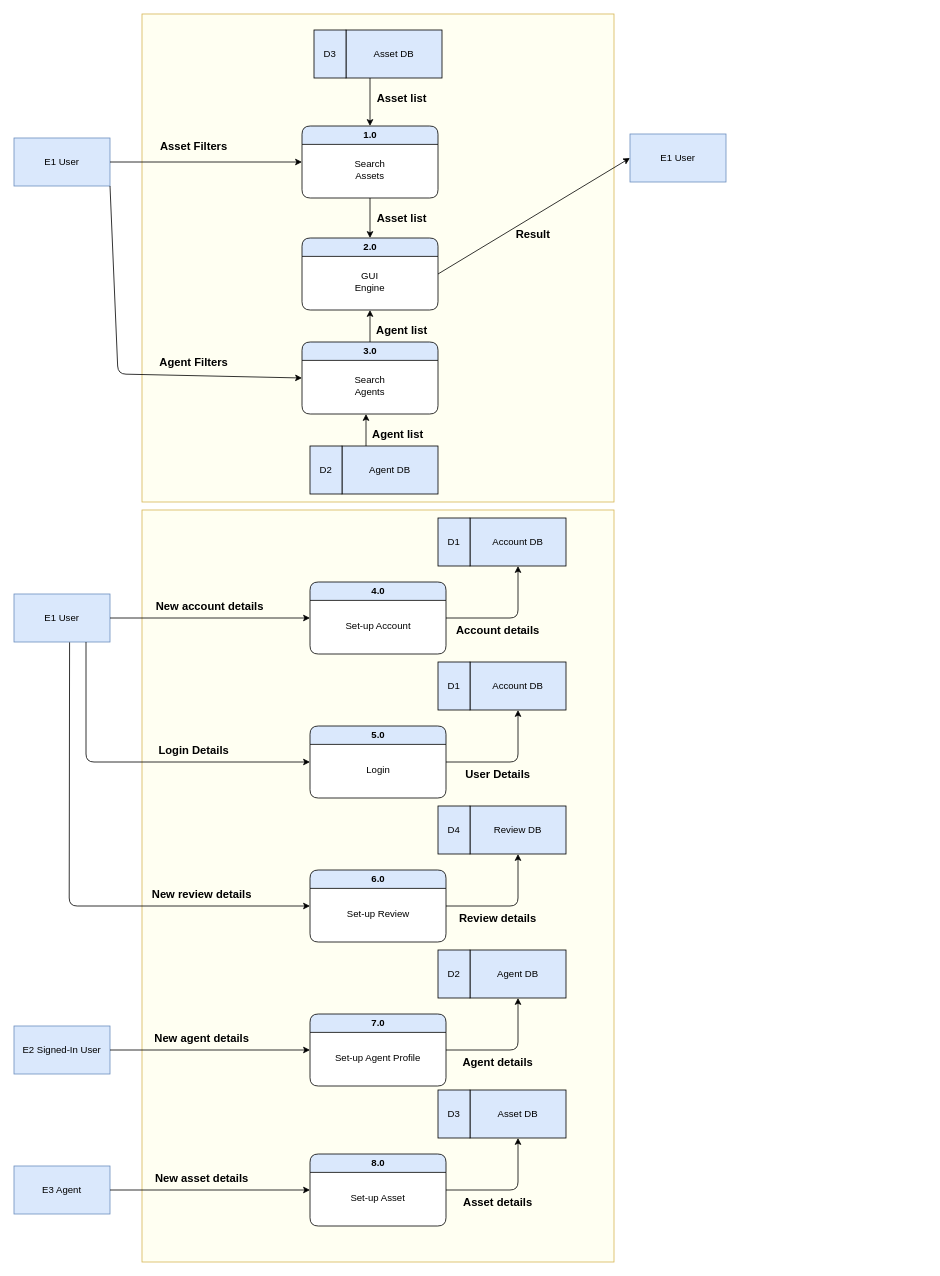
The draw.io diagram GetAgent Docs/SAD/DFD.drawio in ronsha001/GetAgent-FinalProject, before the edit. Source tidied: cells renumbered, new cells numbered last; positions are measured from the earlier drawing's top-left corner, leaving out a move shared by most shapes. Both pictures are drawn from the tidied source at 80%, with x=0, y=0 at pixel (14, 14).
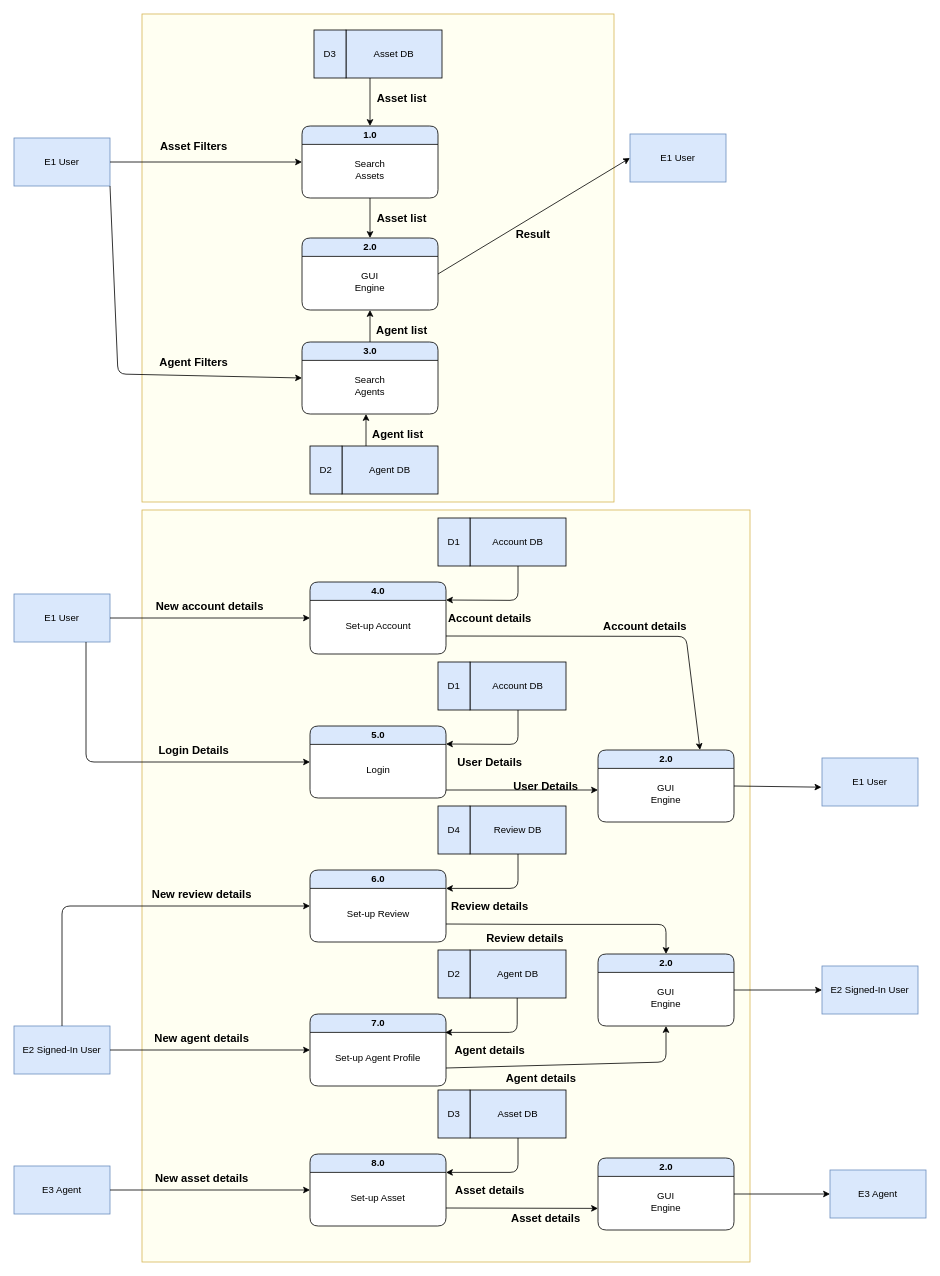
After the change.

The change refers to these unchanged cells:
```xml
<mxCell id="8" value="E2 Signed-In User" style="rounded=0;whiteSpace=wrap;html=1;fillColor=#dae8fc;strokeColor=#6c8ebf;" parent="1" vertex="1">
  <mxGeometry y="1265" width="120" height="60" as="geometry" />
</mxCell>
<mxCell id="33" value="E1 User" style="rounded=0;whiteSpace=wrap;html=1;fillColor=#dae8fc;strokeColor=#6c8ebf;" parent="1" vertex="1">
  <mxGeometry y="725" width="120" height="60" as="geometry" />
</mxCell>
<mxCell id="34" value="4.0" style="swimlane;rounded=1;glass=0;strokeColor=#000000;fillColor=#dae8fc;verticalAlign=middle;html=1;swimlaneFillColor=default;startSize=23;" parent="1" vertex="1">
  <mxGeometry x="370" y="710" width="170" height="90" as="geometry" />
</mxCell>
<mxCell id="36" value="Account DB" style="rounded=0;whiteSpace=wrap;html=1;strokeColor=#000000;fillColor=#dae8fc;" parent="1" vertex="1">
  <mxGeometry x="570" y="630" width="120" height="60" as="geometry" />
</mxCell>
<mxCell id="42" value="5.0" style="swimlane;rounded=1;glass=0;strokeColor=#000000;fillColor=#dae8fc;verticalAlign=middle;html=1;swimlaneFillColor=default;startSize=23;" parent="1" vertex="1">
  <mxGeometry x="370" y="890" width="170" height="90" as="geometry" />
</mxCell>
<mxCell id="44" value="Account DB" style="rounded=0;whiteSpace=wrap;html=1;strokeColor=#000000;fillColor=#dae8fc;" parent="1" vertex="1">
  <mxGeometry x="570" y="810" width="120" height="60" as="geometry" />
</mxCell>
<mxCell id="49" value="7.0" style="swimlane;rounded=1;glass=0;strokeColor=#000000;fillColor=#dae8fc;verticalAlign=middle;html=1;swimlaneFillColor=default;startSize=23;" parent="1" vertex="1">
  <mxGeometry x="370" y="1250" width="170" height="90" as="geometry" />
</mxCell>
<mxCell id="51" value="Agent DB" style="rounded=0;whiteSpace=wrap;html=1;strokeColor=#000000;fillColor=#dae8fc;" parent="1" vertex="1">
  <mxGeometry x="570" y="1170" width="120" height="60" as="geometry" />
</mxCell>
<mxCell id="57" value="8.0" style="swimlane;rounded=1;glass=0;strokeColor=#000000;fillColor=#dae8fc;verticalAlign=middle;html=1;swimlaneFillColor=default;startSize=23;" parent="1" vertex="1">
  <mxGeometry x="370" y="1425" width="170" height="90" as="geometry" />
</mxCell>
<mxCell id="59" value="Asset DB" style="rounded=0;whiteSpace=wrap;html=1;strokeColor=#000000;fillColor=#dae8fc;" parent="1" vertex="1">
  <mxGeometry x="570" y="1345" width="120" height="60" as="geometry" />
</mxCell>
<mxCell id="66" value="6.0" style="swimlane;rounded=1;glass=0;strokeColor=#000000;fillColor=#dae8fc;verticalAlign=middle;html=1;swimlaneFillColor=default;startSize=23;" parent="1" vertex="1">
  <mxGeometry x="370" y="1070" width="170" height="90" as="geometry" />
</mxCell>
<mxCell id="68" value="Review DB" style="rounded=0;whiteSpace=wrap;html=1;strokeColor=#000000;fillColor=#dae8fc;" parent="1" vertex="1">
  <mxGeometry x="570" y="990" width="120" height="60" as="geometry" />
</mxCell>
```

Change to the diagram source:
```diff
@@
     <mxCell id="2" style="rounded=0;whiteSpace=wrap;html=1;glass=0;fontFamily=Helvetica;fontSize=14;strokeColor=#d6b656;fillColor=#FFFFF2;verticalAlign=middle;" parent="1" vertex="1">
-      <mxGeometry x="160" y="620" width="590" height="940" as="geometry" />
+      <mxGeometry x="160" y="620" width="760" height="940" as="geometry" />
     </mxCell>
@@
-    <mxCell id="39" style="endArrow=classic;html=1;rounded=1;exitX=1;exitY=0.5;exitDx=0;exitDy=0;entryX=0.5;entryY=1;entryDx=0;entryDy=0;strokeColor=#000000;startArrow=none;" parent="1" edge="1" source="34" target="36">
-      <mxGeometry relative="1" as="geometry">
-        <Array as="points">
-          <mxPoint x="630" y="755" />
-        </Array>
-      </mxGeometry>
-    </mxCell>
     <mxCell id="40" value="Account details" style="text;html=1;strokeColor=none;fillColor=none;align=center;verticalAlign=middle;whiteSpace=wrap;rounded=0;glass=0;fontStyle=1;fontSize=14;fontFamily=Helvetica;" parent="1" vertex="1">
-      <mxGeometry x="530" y="755" width="150" height="30" as="geometry" />
+      <mxGeometry x="520" y="740" width="150" height="30" as="geometry" />
     </mxCell>
@@
-    <mxCell id="47" style="endArrow=classic;html=1;rounded=1;exitX=1;exitY=0.5;exitDx=0;exitDy=0;entryX=0.5;entryY=1;entryDx=0;entryDy=0;strokeColor=#000000;" parent="1" edge="1" source="42" target="44">
-      <mxGeometry relative="1" as="geometry">
-        <Array as="points">
-          <mxPoint x="630" y="935" />
-        </Array>
-      </mxGeometry>
-    </mxCell>
     <mxCell id="48" value="User Details" style="text;html=1;strokeColor=none;fillColor=none;align=center;verticalAlign=middle;whiteSpace=wrap;rounded=0;glass=0;fontStyle=1;fontSize=14;fontFamily=Helvetica;" parent="1" vertex="1">
-      <mxGeometry x="530" y="935" width="150" height="30" as="geometry" />
+      <mxGeometry x="520" y="920" width="150" height="30" as="geometry" />
     </mxCell>
@@
-    <mxCell id="53" style="endArrow=classic;html=1;rounded=1;exitX=1;exitY=0.5;exitDx=0;exitDy=0;entryX=0.5;entryY=1;entryDx=0;entryDy=0;strokeColor=#000000;" parent="1" edge="1" source="49" target="51">
-      <mxGeometry relative="1" as="geometry">
-        <Array as="points">
-          <mxPoint x="630" y="1295" />
-        </Array>
-      </mxGeometry>
-    </mxCell>
     <mxCell id="54" value="Agent details" style="text;html=1;strokeColor=none;fillColor=none;align=center;verticalAlign=middle;whiteSpace=wrap;rounded=0;glass=0;fontStyle=1;fontSize=14;fontFamily=Helvetica;" parent="1" vertex="1">
-      <mxGeometry x="530" y="1295" width="150" height="30" as="geometry" />
+      <mxGeometry x="520" y="1280" width="150" height="30" as="geometry" />
     </mxCell>
@@
-    <mxCell id="61" style="endArrow=classic;html=1;rounded=1;exitX=1;exitY=0.5;exitDx=0;exitDy=0;entryX=0.5;entryY=1;entryDx=0;entryDy=0;strokeColor=#000000;" parent="1" edge="1" source="57" target="59">
-      <mxGeometry relative="1" as="geometry">
-        <Array as="points">
-          <mxPoint x="630" y="1470" />
-        </Array>
-      </mxGeometry>
-    </mxCell>
     <mxCell id="62" value="Asset details" style="text;html=1;strokeColor=none;fillColor=none;align=center;verticalAlign=middle;whiteSpace=wrap;rounded=0;glass=0;fontStyle=1;fontSize=14;fontFamily=Helvetica;" parent="1" vertex="1">
-      <mxGeometry x="530" y="1470" width="150" height="30" as="geometry" />
+      <mxGeometry x="520" y="1455" width="150" height="30" as="geometry" />
     </mxCell>
@@
-    <mxCell id="70" style="endArrow=classic;html=1;rounded=1;exitX=1;exitY=0.5;exitDx=0;exitDy=0;entryX=0.5;entryY=1;entryDx=0;entryDy=0;strokeColor=#000000;" parent="1" edge="1" source="66" target="68">
-      <mxGeometry relative="1" as="geometry">
-        <Array as="points">
-          <mxPoint x="630" y="1115" />
-        </Array>
-      </mxGeometry>
-    </mxCell>
     <mxCell id="71" value="Review details" style="text;html=1;strokeColor=none;fillColor=none;align=center;verticalAlign=middle;whiteSpace=wrap;rounded=0;glass=0;fontStyle=1;fontSize=14;fontFamily=Helvetica;" parent="1" vertex="1">
-      <mxGeometry x="530" y="1115" width="150" height="30" as="geometry" />
+      <mxGeometry x="520" y="1100" width="150" height="30" as="geometry" />
     </mxCell>
-    <mxCell id="72" style="endArrow=classic;html=1;rounded=1;exitX=0.579;exitY=1.007;exitDx=0;exitDy=0;entryX=0;entryY=0.5;entryDx=0;entryDy=0;exitPerimeter=0;" parent="1" edge="1" source="33" target="66">
+    <mxCell id="72" style="endArrow=classic;html=1;rounded=1;exitX=0.5;exitY=0;exitDx=0;exitDy=0;entryX=0;entryY=0.5;entryDx=0;entryDy=0;" parent="1" edge="1" source="8" target="66">
       <mxGeometry relative="1" as="geometry">
         <Array as="points">
-          <mxPoint x="69" y="1115" />
+          <mxPoint x="60" y="1115" />
         </Array>
       </mxGeometry>
     </mxCell>
+    <mxCell id="73" style="endArrow=classic;html=1;rounded=1;exitX=0.5;exitY=1;exitDx=0;exitDy=0;strokeColor=#000000;startArrow=none;entryX=1;entryY=0.25;entryDx=0;entryDy=0;" parent="1" edge="1" source="36" target="34">
+      <mxGeometry relative="1" as="geometry">
+        <Array as="points">
+          <mxPoint x="630" y="733" />
+        </Array>
+      </mxGeometry>
+    </mxCell>
+    <mxCell id="74" style="endArrow=classic;html=1;rounded=1;exitX=0.5;exitY=1;exitDx=0;exitDy=0;strokeColor=#000000;startArrow=none;entryX=1;entryY=0.25;entryDx=0;entryDy=0;" parent="1" edge="1" source="44" target="42">
+      <mxGeometry relative="1" as="geometry">
+        <Array as="points">
+          <mxPoint x="630" y="913" />
+        </Array>
+      </mxGeometry>
+    </mxCell>
+    <mxCell id="75" style="endArrow=classic;html=1;rounded=1;strokeColor=#000000;startArrow=none;exitX=0.5;exitY=1;exitDx=0;exitDy=0;" parent="1" edge="1" source="68">
+      <mxGeometry relative="1" as="geometry">
+        <mxPoint x="540" y="1093" as="targetPoint" />
+        <Array as="points">
+          <mxPoint x="630" y="1093" />
+        </Array>
+      </mxGeometry>
+    </mxCell>
+    <mxCell id="76" style="endArrow=classic;html=1;rounded=1;strokeColor=#000000;startArrow=none;exitX=0.5;exitY=1;exitDx=0;exitDy=0;" parent="1" edge="1">
+      <mxGeometry relative="1" as="geometry">
+        <mxPoint x="630" y="1405" as="sourcePoint" />
+        <mxPoint x="540" y="1448" as="targetPoint" />
+        <Array as="points">
+          <mxPoint x="630" y="1448" />
+        </Array>
+      </mxGeometry>
+    </mxCell>
+    <mxCell id="77" style="endArrow=classic;html=1;rounded=1;strokeColor=#000000;startArrow=none;exitX=0.5;exitY=1;exitDx=0;exitDy=0;" parent="1" edge="1">
+      <mxGeometry relative="1" as="geometry">
+        <mxPoint x="629" y="1230" as="sourcePoint" />
+        <mxPoint x="539" y="1273" as="targetPoint" />
+        <Array as="points">
+          <mxPoint x="629" y="1273" />
+        </Array>
+      </mxGeometry>
+    </mxCell>
+    <mxCell id="78" value="2.0" style="swimlane;rounded=1;glass=0;strokeColor=#000000;fillColor=#dae8fc;verticalAlign=middle;html=1;swimlaneFillColor=default;startSize=23;" parent="1" vertex="1">
+      <mxGeometry x="730" y="920" width="170" height="90" as="geometry" />
+    </mxCell>
+    <mxCell id="79" value="GUI Engine" style="text;html=1;strokeColor=none;fillColor=none;align=center;verticalAlign=middle;whiteSpace=wrap;rounded=0;glass=0;" parent="78" vertex="1">
+      <mxGeometry x="55" y="40" width="60" height="30" as="geometry" />
+    </mxCell>
+    <mxCell id="80" style="endArrow=classic;html=1;rounded=1;exitX=1;exitY=0.75;exitDx=0;exitDy=0;strokeColor=#000000;startArrow=none;entryX=0.75;entryY=0;entryDx=0;entryDy=0;" parent="1" edge="1" source="34" target="78">
+      <mxGeometry relative="1" as="geometry">
+        <Array as="points">
+          <mxPoint x="840" y="778" />
+        </Array>
+      </mxGeometry>
+    </mxCell>
+    <mxCell id="81" style="endArrow=classic;html=1;rounded=1;strokeColor=#000000;startArrow=none;" parent="1" edge="1">
+      <mxGeometry relative="1" as="geometry">
+        <mxPoint x="540" y="970" as="sourcePoint" />
+        <mxPoint x="730" y="970" as="targetPoint" />
+        <Array as="points">
+          <mxPoint x="670" y="970" />
+        </Array>
+      </mxGeometry>
+    </mxCell>
+    <mxCell id="82" style="endArrow=classic;html=1;rounded=1;strokeColor=#000000;startArrow=none;exitX=1;exitY=0.75;exitDx=0;exitDy=0;entryX=0.5;entryY=1;entryDx=0;entryDy=0;" parent="1" edge="1" source="49" target="93">
+      <mxGeometry relative="1" as="geometry">
+        <Array as="points">
+          <mxPoint x="815" y="1310" />
+        </Array>
+      </mxGeometry>
+    </mxCell>
+    <mxCell id="83" value="User Details" style="text;html=1;strokeColor=none;fillColor=none;align=center;verticalAlign=middle;whiteSpace=wrap;rounded=0;glass=0;fontStyle=1;fontSize=14;fontFamily=Helvetica;" parent="1" vertex="1">
+      <mxGeometry x="590" y="950" width="150" height="30" as="geometry" />
+    </mxCell>
+    <mxCell id="84" value="Account details" style="text;html=1;strokeColor=none;fillColor=none;align=center;verticalAlign=middle;whiteSpace=wrap;rounded=0;glass=0;fontStyle=1;fontSize=14;fontFamily=Helvetica;" parent="1" vertex="1">
+      <mxGeometry x="714" y="750" width="150" height="30" as="geometry" />
+    </mxCell>
+    <mxCell id="85" style="endArrow=classic;html=1;rounded=1;strokeColor=#000000;startArrow=none;exitX=1;exitY=0.75;exitDx=0;exitDy=0;entryX=0.5;entryY=0;entryDx=0;entryDy=0;" parent="1" edge="1" source="66" target="93">
+      <mxGeometry relative="1" as="geometry">
+        <Array as="points">
+          <mxPoint x="650" y="1138" />
+          <mxPoint x="815" y="1138" />
+        </Array>
+      </mxGeometry>
+    </mxCell>
+    <mxCell id="86" value="Review details" style="text;html=1;strokeColor=none;fillColor=none;align=center;verticalAlign=middle;whiteSpace=wrap;rounded=0;glass=0;fontStyle=1;fontSize=14;fontFamily=Helvetica;" parent="1" vertex="1">
+      <mxGeometry x="564" y="1140" width="150" height="30" as="geometry" />
+    </mxCell>
+    <mxCell id="87" value="Agent details" style="text;html=1;strokeColor=none;fillColor=none;align=center;verticalAlign=middle;whiteSpace=wrap;rounded=0;glass=0;fontStyle=1;fontSize=14;fontFamily=Helvetica;" parent="1" vertex="1">
+      <mxGeometry x="584" y="1315" width="150" height="30" as="geometry" />
+    </mxCell>
+    <mxCell id="88" value="Asset details" style="text;html=1;strokeColor=none;fillColor=none;align=center;verticalAlign=middle;whiteSpace=wrap;rounded=0;glass=0;fontStyle=1;fontSize=14;fontFamily=Helvetica;" parent="1" vertex="1">
+      <mxGeometry x="590" y="1490" width="150" height="30" as="geometry" />
+    </mxCell>
+    <mxCell id="89" value="E1 User" style="rounded=0;whiteSpace=wrap;html=1;fillColor=#dae8fc;strokeColor=#6c8ebf;" parent="1" vertex="1">
+      <mxGeometry x="1010" y="930" width="120" height="60" as="geometry" />
+    </mxCell>
+    <mxCell id="90" value="E2 Signed-In User" style="rounded=0;whiteSpace=wrap;html=1;fillColor=#dae8fc;strokeColor=#6c8ebf;" parent="1" vertex="1">
+      <mxGeometry x="1010" y="1190" width="120" height="60" as="geometry" />
+    </mxCell>
+    <mxCell id="91" value="E3 Agent" style="rounded=0;whiteSpace=wrap;html=1;fillColor=#dae8fc;strokeColor=#6c8ebf;" parent="1" vertex="1">
+      <mxGeometry x="1020" y="1445" width="120" height="60" as="geometry" />
+    </mxCell>
+    <mxCell id="92" style="endArrow=classic;html=1;rounded=1;strokeColor=#000000;startArrow=none;exitX=1;exitY=0.5;exitDx=0;exitDy=0;entryX=-0.006;entryY=0.608;entryDx=0;entryDy=0;entryPerimeter=0;" parent="1" edge="1" source="78" target="89">
+      <mxGeometry relative="1" as="geometry" />
+    </mxCell>
+    <mxCell id="93" value="2.0" style="swimlane;rounded=1;glass=0;strokeColor=#000000;fillColor=#dae8fc;verticalAlign=middle;html=1;swimlaneFillColor=default;startSize=23;" parent="1" vertex="1">
+      <mxGeometry x="730" y="1175" width="170" height="90" as="geometry" />
+    </mxCell>
+    <mxCell id="94" value="GUI Engine" style="text;html=1;strokeColor=none;fillColor=none;align=center;verticalAlign=middle;whiteSpace=wrap;rounded=0;glass=0;" parent="93" vertex="1">
+      <mxGeometry x="55" y="40" width="60" height="30" as="geometry" />
+    </mxCell>
+    <mxCell id="95" value="2.0" style="swimlane;rounded=1;glass=0;strokeColor=#000000;fillColor=#dae8fc;verticalAlign=middle;html=1;swimlaneFillColor=default;startSize=23;" parent="1" vertex="1">
+      <mxGeometry x="730" y="1430" width="170" height="90" as="geometry" />
+    </mxCell>
+    <mxCell id="96" value="GUI Engine" style="text;html=1;strokeColor=none;fillColor=none;align=center;verticalAlign=middle;whiteSpace=wrap;rounded=0;glass=0;" parent="95" vertex="1">
+      <mxGeometry x="55" y="40" width="60" height="30" as="geometry" />
+    </mxCell>
+    <mxCell id="97" style="endArrow=classic;html=1;rounded=1;strokeColor=#000000;startArrow=none;exitX=1;exitY=0.75;exitDx=0;exitDy=0;" parent="1" edge="1" source="57">
+      <mxGeometry relative="1" as="geometry">
+        <mxPoint x="730" y="1493" as="targetPoint" />
+      </mxGeometry>
+    </mxCell>
+    <mxCell id="98" style="endArrow=classic;html=1;rounded=1;strokeColor=#000000;startArrow=none;exitX=1;exitY=0.5;exitDx=0;exitDy=0;entryX=0;entryY=0.5;entryDx=0;entryDy=0;" parent="1" edge="1" source="93" target="90">
+      <mxGeometry relative="1" as="geometry" />
+    </mxCell>
+    <mxCell id="99" style="endArrow=classic;html=1;rounded=1;strokeColor=#000000;startArrow=none;exitX=1;exitY=0.5;exitDx=0;exitDy=0;entryX=0;entryY=0.5;entryDx=0;entryDy=0;" parent="1" edge="1" source="95" target="91">
+      <mxGeometry relative="1" as="geometry" />
+    </mxCell>
```
